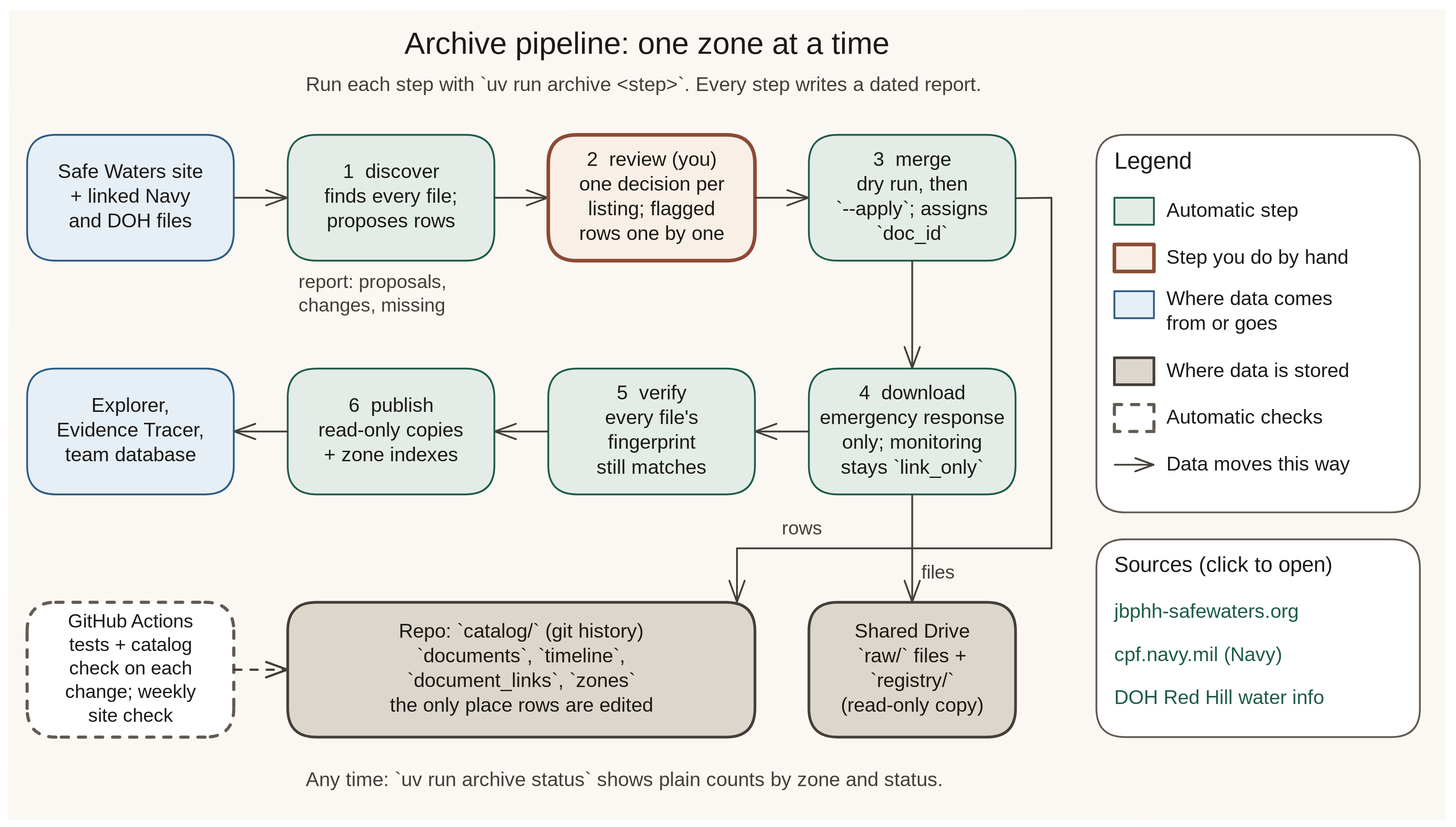
Above: docs/diagrams/svgs/archive-pipeline.excalidraw.svg in alemarieceria/jbphh-dw-archive-pipeline (Excalidraw), before the change. Source tidied: one line per element, renumbered; positions are measured from the earlier drawing's top-left corner, leaving out a move shared by most shapes. Source of this version:
```json
{"id": 0, "type": "rectangle", "strokeColor": "transparent", "backgroundColor": "#fbf8f3", "fillStyle": "solid", "strokeWidth": 2, "roughness": 1, "x": 0, "y": 0, "width": 1600, "height": 900}
{"id": 1, "type": "text", "text": "Archive pipeline: one zone at a time", "strokeColor": "#1c1a17", "strokeWidth": 2, "roughness": 1, "fontSize": 34, "fontFamily": 5, "x": 440, "y": 20, "width": 535, "height": 42}
{"id": 2, "type": "text", "text": "Run each step with `uv run archive <step>`. Every step writes a dated report.", "strokeColor": "#443f38", "strokeWidth": 2, "roughness": 1, "fontSize": 22, "fontFamily": 5, "x": 330, "y": 72, "width": 738, "height": 28}
{"id": 3, "type": "rectangle", "strokeColor": "#2d5b85", "backgroundColor": "#e6eef6", "fillStyle": "solid", "strokeWidth": 2, "roughness": 0, "round": true, "x": 20, "y": 140, "width": 230, "height": 140}
{"id": 4, "type": "arrow", "strokeColor": "#443f38", "strokeWidth": 2, "roughness": 0, "endArrowhead": "arrow", "x": 250, "y": 210, "width": 59, "height": 0, "points": [[0, 0], [59, 0]]}
{"id": 5, "type": "rectangle", "strokeColor": "#1f5c4a", "backgroundColor": "#e4ece7", "fillStyle": "solid", "strokeWidth": 2, "roughness": 0, "round": true, "x": 310, "y": 140, "width": 230, "height": 140}
{"id": 6, "type": "text", "text": "report: proposals,\nchanges, missing", "strokeColor": "#443f38", "strokeWidth": 2, "roughness": 1, "fontSize": 21, "fontFamily": 5, "x": 322, "y": 292, "width": 162, "height": 52}
{"id": 7, "type": "rectangle", "strokeColor": "#625b53", "backgroundColor": "#ffffff", "fillStyle": "solid", "strokeWidth": 2, "roughness": 0, "round": true, "x": 1210, "y": 140, "width": 360, "height": 420}
{"id": 8, "type": "text", "text": "Legend", "strokeColor": "#1c1a17", "strokeWidth": 2, "roughness": 1, "fontSize": 26, "fontFamily": 5, "x": 1230, "y": 155, "width": 85, "height": 32}
{"id": 9, "type": "rectangle", "strokeColor": "#1f5c4a", "backgroundColor": "#e4ece7", "fillStyle": "solid", "strokeWidth": 2, "roughness": 0, "x": 1230, "y": 210, "width": 44, "height": 30}
{"id": 10, "type": "text", "text": "Automatic step", "strokeColor": "#1c1a17", "strokeWidth": 2, "roughness": 1, "fontSize": 22, "fontFamily": 5, "x": 1288, "y": 212, "width": 147, "height": 28}
{"id": 11, "type": "rectangle", "strokeColor": "#8c4a35", "backgroundColor": "#f8efe7", "fillStyle": "solid", "strokeWidth": 4, "roughness": 0, "x": 1230, "y": 262, "width": 44, "height": 30}
{"id": 12, "type": "text", "text": "Step you do by hand", "strokeColor": "#1c1a17", "strokeWidth": 2, "roughness": 1, "fontSize": 22, "fontFamily": 5, "x": 1288, "y": 264, "width": 201, "height": 28}
{"id": 13, "type": "rectangle", "strokeColor": "#2d5b85", "backgroundColor": "#e6eef6", "fillStyle": "solid", "strokeWidth": 2, "roughness": 0, "x": 1230, "y": 314, "width": 44, "height": 30}
{"id": 14, "type": "text", "text": "Where data comes\nfrom or goes", "strokeColor": "#1c1a17", "strokeWidth": 2, "roughness": 1, "fontSize": 22, "fontFamily": 5, "x": 1288, "y": 310, "width": 181, "height": 55}
{"id": 15, "type": "rectangle", "strokeColor": "#443f38", "backgroundColor": "#dcd6cc", "fillStyle": "solid", "strokeWidth": 3, "roughness": 0, "x": 1230, "y": 388, "width": 44, "height": 30}
{"id": 16, "type": "text", "text": "Where data is stored", "strokeColor": "#1c1a17", "strokeWidth": 2, "roughness": 1, "fontSize": 22, "fontFamily": 5, "x": 1288, "y": 390, "width": 200, "height": 28}
{"id": 17, "type": "rectangle", "strokeColor": "#625b53", "backgroundColor": "#ffffff", "fillStyle": "solid", "strokeWidth": 3, "strokeStyle": "dashed", "roughness": 0, "x": 1230, "y": 440, "width": 44, "height": 30}
{"id": 18, "type": "text", "text": "Automatic checks", "strokeColor": "#1c1a17", "strokeWidth": 2, "roughness": 1, "fontSize": 22, "fontFamily": 5, "x": 1288, "y": 442, "width": 170, "height": 28}
{"id": 19, "type": "arrow", "strokeColor": "#443f38", "strokeWidth": 2, "roughness": 0, "endArrowhead": "arrow", "x": 1230, "y": 507, "width": 43, "height": 0, "points": [[0, 0], [43, 0]]}
{"id": 20, "type": "text", "text": "Data moves this way", "strokeColor": "#1c1a17", "strokeWidth": 2, "roughness": 1, "fontSize": 22, "fontFamily": 5, "x": 1288, "y": 494, "width": 199, "height": 28}
{"id": 21, "type": "rectangle", "strokeColor": "#625b53", "backgroundColor": "#ffffff", "fillStyle": "solid", "strokeWidth": 2, "roughness": 0, "round": true, "x": 1210, "y": 590, "width": 360, "height": 220}
{"id": 22, "type": "text", "text": "Sources (click to open)", "strokeColor": "#1c1a17", "strokeWidth": 2, "roughness": 1, "fontSize": 24, "fontFamily": 5, "x": 1230, "y": 605, "width": 238, "height": 30}
{"id": 23, "type": "text", "text": "jbphh-safewaters.org", "strokeColor": "#1f5c4a", "strokeWidth": 2, "roughness": 1, "fontSize": 22, "fontFamily": 5, "x": 1230, "y": 658, "width": 205, "height": 28}
{"id": 24, "type": "text", "text": "cpf.navy.mil (Navy)", "strokeColor": "#1f5c4a", "strokeWidth": 2, "roughness": 1, "fontSize": 22, "fontFamily": 5, "x": 1230, "y": 706, "width": 179, "height": 28}
{"id": 25, "type": "text", "text": "DOH Red Hill water info", "strokeColor": "#1f5c4a", "strokeWidth": 2, "roughness": 1, "fontSize": 22, "fontFamily": 5, "x": 1230, "y": 754, "width": 231, "height": 28}
{"id": 26, "type": "arrow", "strokeColor": "#443f38", "strokeWidth": 2, "roughness": 0, "endArrowhead": "arrow", "x": 540, "y": 210, "width": 59, "height": 0, "points": [[0, 0], [59, 0]]}
{"id": 27, "type": "rectangle", "strokeColor": "#8c4a35", "backgroundColor": "#f8efe7", "fillStyle": "solid", "strokeWidth": 4, "roughness": 0, "round": true, "x": 600, "y": 140, "width": 230, "height": 140}
{"id": 28, "type": "arrow", "strokeColor": "#443f38", "strokeWidth": 2, "roughness": 0, "endArrowhead": "arrow", "x": 830, "y": 210, "width": 59, "height": 0, "points": [[0, 0], [59, 0]]}
{"id": 29, "type": "rectangle", "strokeColor": "#1f5c4a", "backgroundColor": "#e4ece7", "fillStyle": "solid", "strokeWidth": 2, "roughness": 0, "round": true, "x": 890, "y": 140, "width": 230, "height": 140}
{"id": 30, "type": "rectangle", "strokeColor": "#443f38", "backgroundColor": "#dcd6cc", "fillStyle": "solid", "strokeWidth": 3, "roughness": 0, "round": true, "x": 310, "y": 660, "width": 520, "height": 150}
{"id": 31, "type": "arrow", "strokeColor": "#443f38", "strokeWidth": 2, "roughness": 0, "endArrowhead": "arrow", "x": 1120, "y": 210, "width": 350, "height": 450, "points": [[0, 0], [40, 0], [40, 390], [-310, 390], [-310, 449]]}
{"id": 32, "type": "text", "text": "rows", "strokeColor": "#443f38", "strokeWidth": 2, "roughness": 1, "fontSize": 21, "fontFamily": 5, "x": 860, "y": 566, "width": 43, "height": 26}
{"id": 33, "type": "arrow", "strokeColor": "#443f38", "strokeWidth": 2, "roughness": 0, "endArrowhead": "arrow", "x": 1005, "y": 280, "width": 0, "height": 119, "points": [[0, 0], [0, 119]]}
{"id": 34, "type": "rectangle", "strokeColor": "#1f5c4a", "backgroundColor": "#e4ece7", "fillStyle": "solid", "strokeWidth": 2, "roughness": 0, "round": true, "x": 890, "y": 400, "width": 230, "height": 140}
{"id": 35, "type": "rectangle", "strokeColor": "#443f38", "backgroundColor": "#dcd6cc", "fillStyle": "solid", "strokeWidth": 3, "roughness": 0, "round": true, "x": 890, "y": 660, "width": 230, "height": 150}
{"id": 36, "type": "arrow", "strokeColor": "#443f38", "strokeWidth": 2, "roughness": 0, "endArrowhead": "arrow", "x": 1005, "y": 540, "width": 0, "height": 119, "points": [[0, 0], [0, 119]]}
{"id": 37, "type": "text", "text": "files", "strokeColor": "#443f38", "strokeWidth": 2, "roughness": 1, "fontSize": 21, "fontFamily": 5, "x": 1015, "y": 615, "width": 37, "height": 26}
{"id": 38, "type": "arrow", "strokeColor": "#443f38", "strokeWidth": 2, "roughness": 0, "endArrowhead": "arrow", "x": 890, "y": 470, "width": 59, "height": 0, "points": [[0, 0], [-59, 0]]}
{"id": 39, "type": "rectangle", "strokeColor": "#1f5c4a", "backgroundColor": "#e4ece7", "fillStyle": "solid", "strokeWidth": 2, "roughness": 0, "round": true, "x": 600, "y": 400, "width": 230, "height": 140}
{"id": 40, "type": "arrow", "strokeColor": "#443f38", "strokeWidth": 2, "roughness": 0, "endArrowhead": "arrow", "x": 600, "y": 470, "width": 59, "height": 0, "points": [[0, 0], [-59, 0]]}
{"id": 41, "type": "rectangle", "strokeColor": "#1f5c4a", "backgroundColor": "#e4ece7", "fillStyle": "solid", "strokeWidth": 2, "roughness": 0, "round": true, "x": 310, "y": 400, "width": 230, "height": 140}
{"id": 42, "type": "arrow", "strokeColor": "#443f38", "strokeWidth": 2, "roughness": 0, "endArrowhead": "arrow", "x": 310, "y": 470, "width": 59, "height": 0, "points": [[0, 0], [-59, 0]]}
{"id": 43, "type": "rectangle", "strokeColor": "#2d5b85", "backgroundColor": "#e6eef6", "fillStyle": "solid", "strokeWidth": 2, "roughness": 0, "round": true, "x": 20, "y": 400, "width": 230, "height": 140}
{"id": 44, "type": "rectangle", "strokeColor": "#625b53", "backgroundColor": "#ffffff", "fillStyle": "solid", "strokeWidth": 3, "strokeStyle": "dashed", "roughness": 0, "round": true, "x": 20, "y": 660, "width": 230, "height": 150}
{"id": 45, "type": "arrow", "strokeColor": "#443f38", "strokeWidth": 2, "strokeStyle": "dashed", "roughness": 0, "endArrowhead": "arrow", "x": 250, "y": 735, "width": 59, "height": 0, "points": [[0, 0], [59, 0]]}
{"id": 46, "type": "text", "text": "Any time: `uv run archive status` shows plain counts by zone and status.", "strokeColor": "#443f38", "strokeWidth": 2, "roughness": 1, "fontSize": 22, "fontFamily": 5, "x": 330, "y": 845, "width": 691, "height": 28}
{"id": 47, "type": "text", "text": "Safe Waters site\n+ linked Navy\nand DOH files", "strokeColor": "#1c1a17", "strokeWidth": 2, "roughness": 1, "fontSize": 22, "fontFamily": 5, "textAlign": "center", "verticalAlign": "middle", "inside": 3, "x": 58, "y": 169, "width": 154, "height": 82}
{"id": 48, "type": "text", "text": "1  discover\nfinds every file;\nproposes rows", "strokeColor": "#1c1a17", "strokeWidth": 2, "roughness": 1, "fontSize": 22, "fontFamily": 5, "textAlign": "center", "verticalAlign": "middle", "inside": 5, "x": 352, "y": 169, "width": 145, "height": 82}
{"id": 49, "type": "text", "text": "2  review (you)\none decision per\nlisting; flagged\nrows one by one", "strokeColor": "#1c1a17", "strokeWidth": 2, "roughness": 1, "fontSize": 22, "fontFamily": 5, "textAlign": "center", "verticalAlign": "middle", "inside": 27, "x": 635, "y": 155, "width": 161, "height": 110}
{"id": 50, "type": "text", "text": "3  merge\ndry run, then\n`--apply`; assigns\n`doc_id`", "strokeColor": "#1c1a17", "strokeWidth": 2, "roughness": 1, "fontSize": 22, "fontFamily": 5, "textAlign": "center", "verticalAlign": "middle", "inside": 29, "x": 923, "y": 155, "width": 163, "height": 110}
{"id": 51, "type": "text", "text": "Repo: `catalog/` (git history)\n`documents`, `timeline`,\n`document_links`, `zones`\nthe only place rows are edited", "strokeColor": "#1c1a17", "strokeWidth": 2, "roughness": 1, "fontSize": 22, "fontFamily": 5, "textAlign": "center", "verticalAlign": "middle", "inside": 30, "x": 424, "y": 680, "width": 291, "height": 110}
{"id": 52, "type": "text", "text": "4  download\nemergency response\nonly; monitoring\nstays `link_only`", "strokeColor": "#1c1a17", "strokeWidth": 2, "roughness": 1, "fontSize": 22, "fontFamily": 5, "textAlign": "center", "verticalAlign": "middle", "inside": 34, "x": 905, "y": 415, "width": 200, "height": 110}
{"id": 53, "type": "text", "text": "Shared Drive\n`raw/` files +\n`registry/`\n(read-only copy)", "strokeColor": "#1c1a17", "strokeWidth": 2, "roughness": 1, "fontSize": 22, "fontFamily": 5, "textAlign": "center", "verticalAlign": "middle", "inside": 35, "x": 925, "y": 680, "width": 159, "height": 110}
{"id": 54, "type": "text", "text": "5  verify\nevery file's\nfingerprint\nstill matches", "strokeColor": "#1c1a17", "strokeWidth": 2, "roughness": 1, "fontSize": 22, "fontFamily": 5, "textAlign": "center", "verticalAlign": "middle", "inside": 39, "x": 655, "y": 415, "width": 120, "height": 110}
{"id": 55, "type": "text", "text": "6  publish\nread-only copies\n+ zone indexes", "strokeColor": "#1c1a17", "strokeWidth": 2, "roughness": 1, "fontSize": 22, "fontFamily": 5, "textAlign": "center", "verticalAlign": "middle", "inside": 41, "x": 344, "y": 429, "width": 161, "height": 82}
{"id": 56, "type": "text", "text": "Explorer,\nEvidence Tracer,\nteam database", "strokeColor": "#1c1a17", "strokeWidth": 2, "roughness": 1, "fontSize": 22, "fontFamily": 5, "textAlign": "center", "verticalAlign": "middle", "inside": 43, "x": 59, "y": 429, "width": 152, "height": 82}
{"id": 57, "type": "text", "text": "GitHub Actions\ntests + catalog\ncheck on each\nchange; weekly\nsite check", "strokeColor": "#1c1a17", "strokeWidth": 2, "roughness": 1, "fontSize": 21, "fontFamily": 5, "textAlign": "center", "verticalAlign": "middle", "inside": 44, "x": 65, "y": 669, "width": 141, "height": 131}
```
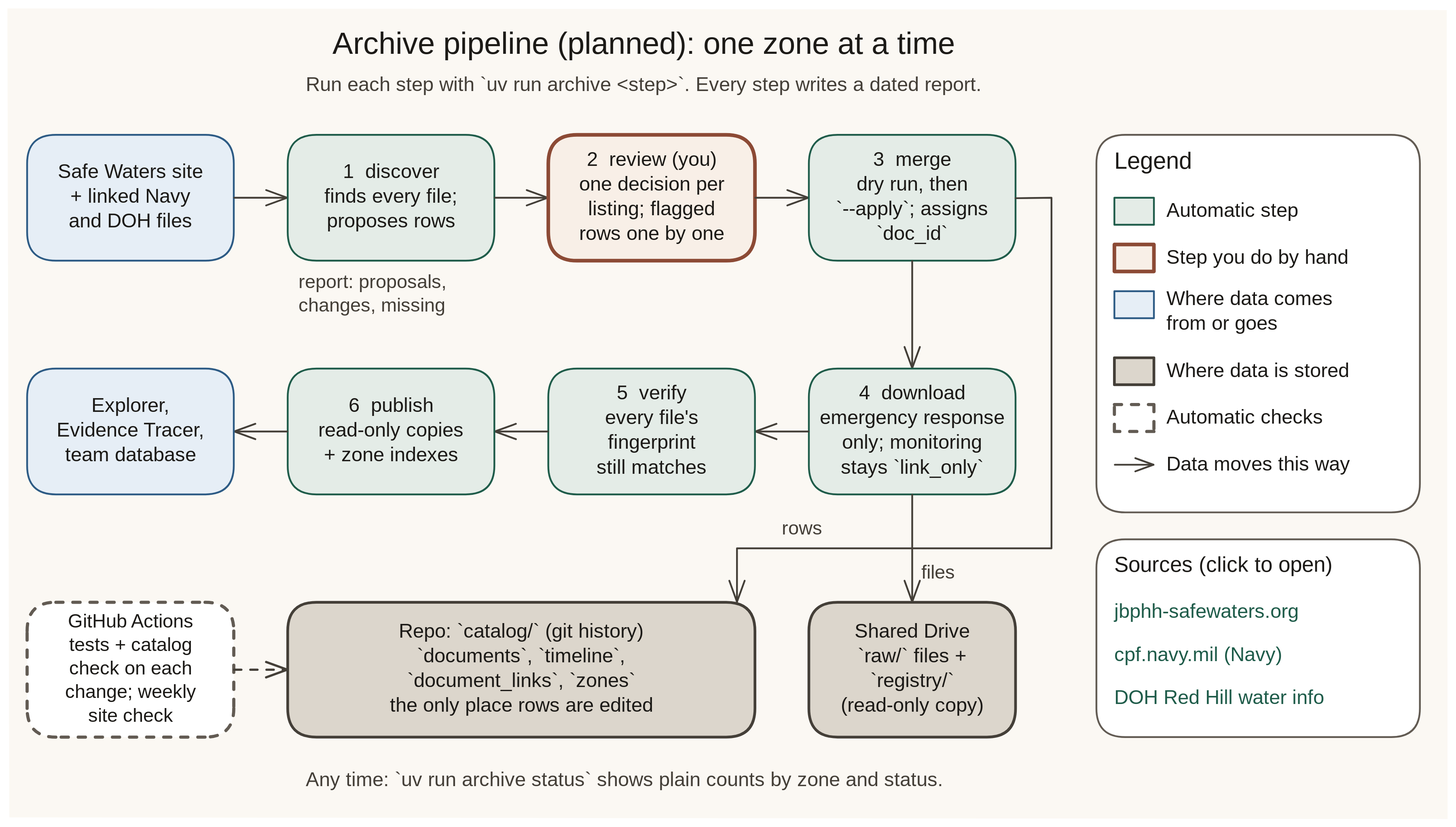
After the change.

Commit message:
docs: correct the listing check captions and mark archive-pipeline as planned

Change to the diagram source:
```diff
@@ -1,5 +1,5 @@
 {"id": 0, "type": "rectangle", "strokeColor": "transparent", "backgroundColor": "#fbf8f3", "fillStyle": "solid", "strokeWidth": 2, "roughness": 1, "x": 0, "y": 0, "width": 1600, "height": 900}
-{"id": 1, "type": "text", "text": "Archive pipeline: one zone at a time", "strokeColor": "#1c1a17", "strokeWidth": 2, "roughness": 1, "fontSize": 34, "fontFamily": 5, "x": 440, "y": 20, "width": 535, "height": 42}
+{"id": 1, "type": "text", "text": "Archive pipeline (planned): one zone at a time", "strokeColor": "#1c1a17", "strokeWidth": 2, "roughness": 1, "fontSize": 34, "fontFamily": 5, "x": 360, "y": 20, "width": 687, "height": 42}
 {"id": 2, "type": "text", "text": "Run each step with `uv run archive <step>`. Every step writes a dated report.", "strokeColor": "#443f38", "strokeWidth": 2, "roughness": 1, "fontSize": 22, "fontFamily": 5, "x": 330, "y": 72, "width": 738, "height": 28}
 {"id": 3, "type": "rectangle", "strokeColor": "#2d5b85", "backgroundColor": "#e6eef6", "fillStyle": "solid", "strokeWidth": 2, "roughness": 0, "round": true, "x": 20, "y": 140, "width": 230, "height": 140}
 {"id": 4, "type": "arrow", "strokeColor": "#443f38", "strokeWidth": 2, "roughness": 0, "endArrowhead": "arrow", "x": 250, "y": 210, "width": 59, "height": 0, "points": [[0, 0], [59, 0]]}
```
